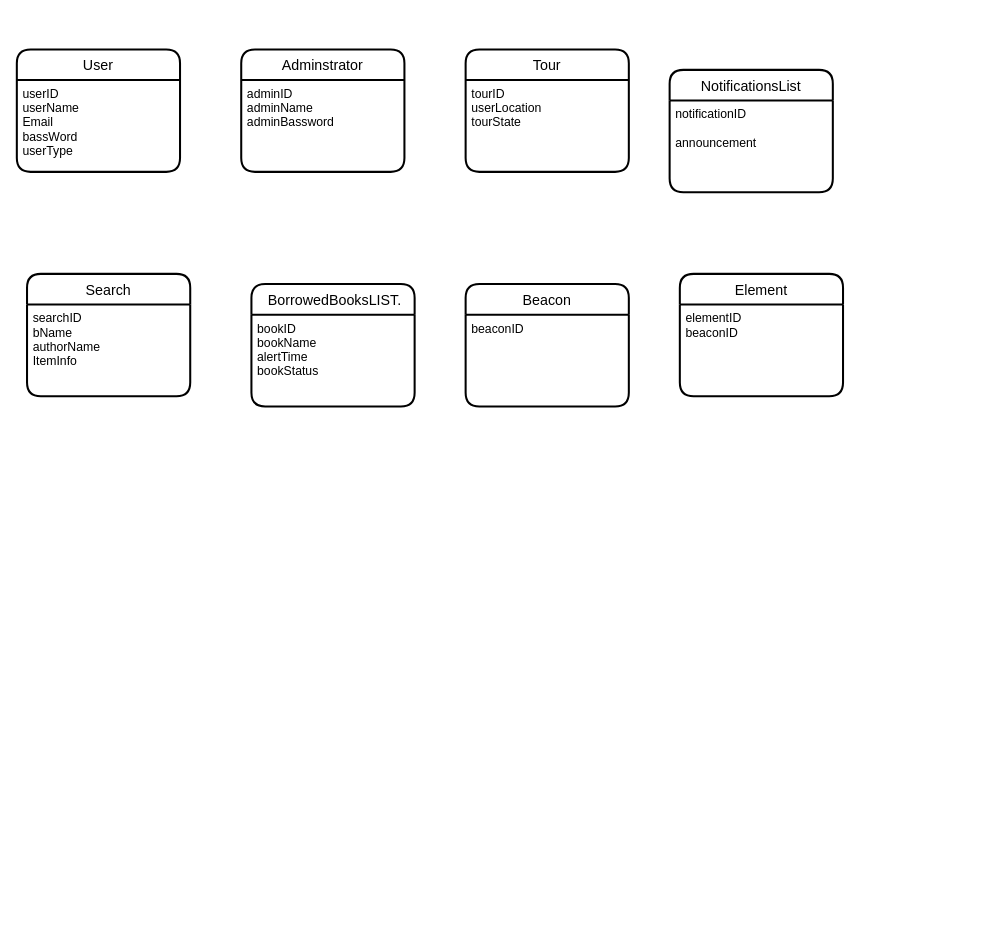
ZakiyaAlkasm/AUTOMATED-REPLY-BY-IBM-WATSON keeps this draw.io diagram as Untitled Diagram.drawio. Above is the earlier version. Source tidied: cells renumbered, new cells numbered last; positions are measured from the earlier drawing's top-left corner, leaving out a move shared by most shapes. Both pictures are drawn from the tidied source at 102%, with x=0, y=0 at pixel (16, 49).
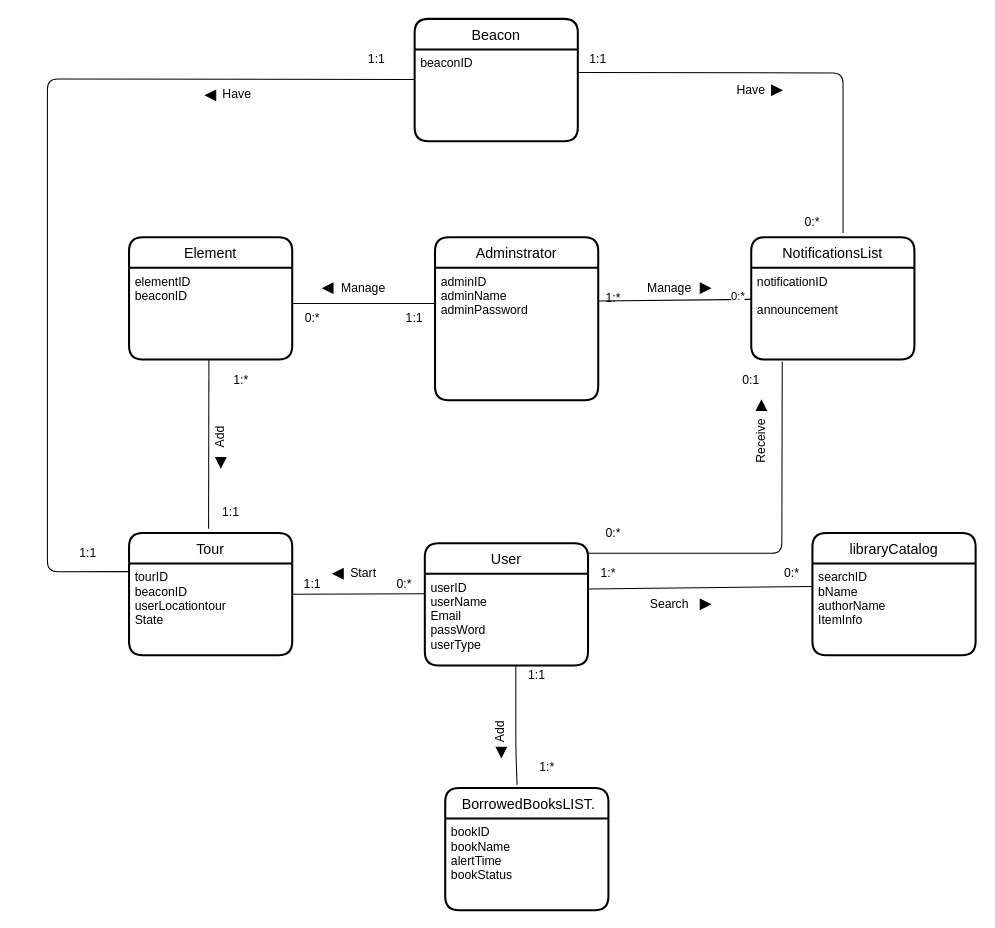
The same page after the edit.

Unchanged cells that the change refers to:
```xml
<mxCell id="13" value="notificationID&#10;&#10;announcement&#10;" style="align=left;strokeColor=none;fillColor=none;spacingLeft=4;fontSize=12;verticalAlign=top;" parent="12" vertex="1">
  <mxGeometry y="30" width="160" height="90" as="geometry" />
</mxCell>
<mxCell id="17" value="searchID&#10;bName&#10;authorName&#10;ItemInfo" style="align=left;strokeColor=none;fillColor=none;spacingLeft=4;fontSize=12;verticalAlign=top;" parent="16" vertex="1">
  <mxGeometry y="30" width="160" height="90" as="geometry" />
</mxCell>
```

Change to the diagram source:
```diff
@@
     <mxCell id="2" value="User" style="swimlane;horizontal=1;startSize=30;rounded=1;fontSize=14;fontStyle=0;strokeWidth=2;shadow=0;dashed=0;align=center;" parent="1" vertex="1">
-      <mxGeometry width="160" height="120" as="geometry" />
+      <mxGeometry x="400" y="484" width="160" height="120" as="geometry" />
     </mxCell>
-    <mxCell id="3" value="userID&#10;userName&#10;Email&#10;bassWord&#10;userType" style="align=left;strokeColor=none;fillColor=none;spacingLeft=4;fontSize=12;verticalAlign=top;" parent="2" vertex="1">
+    <mxCell id="3" value="userID&#10;userName&#10;Email&#10;passWord&#10;userType" style="align=left;strokeColor=none;fillColor=none;spacingLeft=4;fontSize=12;verticalAlign=top;" parent="2" vertex="1">
       <mxGeometry y="30" width="160" height="90" as="geometry" />
     </mxCell>
     <mxCell id="4" value="Adminstrator" style="swimlane;horizontal=1;startSize=30;rounded=1;fontSize=14;fontStyle=0;strokeWidth=2;shadow=0;dashed=0;align=center;" parent="1" vertex="1">
-      <mxGeometry x="220" width="160" height="120" as="geometry" />
+      <mxGeometry x="410" y="184" width="160" height="160" as="geometry" />
     </mxCell>
-    <mxCell id="5" value="adminID&#10;adminName&#10;adminBassword" style="align=left;strokeColor=none;fillColor=none;spacingLeft=4;fontSize=12;verticalAlign=top;" parent="4" vertex="1">
-      <mxGeometry y="30" width="160" height="90" as="geometry" />
+    <mxCell id="5" value="adminID&#10;adminName&#10;adminPassword" style="align=left;strokeColor=none;fillColor=none;spacingLeft=4;fontSize=12;verticalAlign=top;" parent="4" vertex="1">
+      <mxGeometry y="30" width="160" height="130" as="geometry" />
     </mxCell>
     <mxCell id="6" value="Tour" style="swimlane;horizontal=1;startSize=30;rounded=1;fontSize=14;fontStyle=0;strokeWidth=2;shadow=0;dashed=0;align=center;" parent="1" vertex="1">
-      <mxGeometry x="440" width="160" height="120" as="geometry" />
+      <mxGeometry x="110" y="474" width="160" height="120" as="geometry" />
     </mxCell>
-    <mxCell id="7" value="tourID&#10;userLocation&#10;tourState" style="align=left;strokeColor=none;fillColor=none;spacingLeft=4;fontSize=12;verticalAlign=top;" parent="6" vertex="1">
+    <mxCell id="7" value="tourID&#10;beaconID&#10;userLocationtour&#10;State&#10;" style="align=left;strokeColor=none;fillColor=none;spacingLeft=4;fontSize=12;verticalAlign=top;" parent="6" vertex="1">
       <mxGeometry y="30" width="160" height="90" as="geometry" />
     </mxCell>
     <mxCell id="8" value="Element" style="swimlane;horizontal=1;startSize=30;rounded=1;fontSize=14;fontStyle=0;strokeWidth=2;shadow=0;dashed=0;align=center;" parent="1" vertex="1">
-      <mxGeometry x="650" y="220" width="160" height="120" as="geometry" />
+      <mxGeometry x="110" y="184" width="160" height="120" as="geometry" />
     </mxCell>
@@
-    <mxCell id="10" value="Beacon" style="swimlane;horizontal=1;startSize=30;rounded=1;fontSize=14;fontStyle=0;strokeWidth=2;shadow=0;dashed=0;align=center;" parent="1" vertex="1">
-      <mxGeometry x="440" y="230" width="160" height="120" as="geometry" />
-    </mxCell>
-    <mxCell id="11" value="beaconID&#10;&#10;" style="align=left;strokeColor=none;fillColor=none;spacingLeft=4;fontSize=12;verticalAlign=top;" parent="10" vertex="1">
-      <mxGeometry y="30" width="160" height="90" as="geometry" />
-    </mxCell>
     <mxCell id="12" value="NotificationsList" style="swimlane;horizontal=1;startSize=30;rounded=1;fontSize=14;fontStyle=0;strokeWidth=2;shadow=0;dashed=0;align=center;" parent="1" vertex="1">
-      <mxGeometry x="640" y="20" width="160" height="120" as="geometry" />
+      <mxGeometry x="720" y="184" width="160" height="120" as="geometry" />
     </mxCell>
@@
     <mxCell id="14" value=" BorrowedBooksLIST." style="swimlane;horizontal=1;startSize=30;rounded=1;fontSize=14;fontStyle=0;strokeWidth=2;shadow=0;dashed=0;align=center;" parent="1" vertex="1">
-      <mxGeometry x="230" y="230" width="160" height="120" as="geometry" />
+      <mxGeometry x="420" y="724" width="160" height="120" as="geometry" />
     </mxCell>
@@
-    <mxCell id="16" value="Search" style="swimlane;horizontal=1;startSize=30;rounded=1;fontSize=14;fontStyle=0;strokeWidth=2;shadow=0;dashed=0;align=center;" parent="1" vertex="1">
-      <mxGeometry x="10" y="220" width="160" height="120" as="geometry" />
+    <mxCell id="16" value="libraryCatalog" style="swimlane;horizontal=1;startSize=30;rounded=1;fontSize=14;fontStyle=0;strokeWidth=2;shadow=0;dashed=0;align=center;" parent="1" vertex="1">
+      <mxGeometry x="780" y="474" width="160" height="120" as="geometry" />
     </mxCell>
@@
+    <mxCell id="18" style="endArrow=none;html=1;rounded=0;exitX=1;exitY=0.25;exitDx=0;exitDy=0;" parent="1" edge="1" source="5">
+      <mxGeometry relative="1" as="geometry">
+        <mxPoint x="720" y="245" as="targetPoint" />
+      </mxGeometry>
+    </mxCell>
+    <mxCell id="19" style="html=1;align=right;verticalAlign=bottom;" parent="18" vertex="1">
+      <mxGeometry x="1" relative="1" as="geometry" />
+    </mxCell>
+    <mxCell id="20" value="0:*" style="edgeLabel;html=1;align=center;verticalAlign=middle;" parent="18" vertex="1">
+      <mxGeometry x="0.83" y="4" relative="1" as="geometry" />
+    </mxCell>
+    <mxCell id="21" value="Manage" style="text;html=1;strokeColor=none;fillColor=none;align=center;verticalAlign=middle;whiteSpace=wrap;rounded=0;" parent="1" vertex="1">
+      <mxGeometry x="620" y="224" width="40" height="20" as="geometry" />
+    </mxCell>
+    <mxCell id="22" value="1:*" style="text;html=1;strokeColor=none;fillColor=none;align=center;verticalAlign=middle;whiteSpace=wrap;rounded=0;" parent="1" vertex="1">
+      <mxGeometry x="580" y="234" width="10" height="20" as="geometry" />
+    </mxCell>
+    <mxCell id="23" style="endArrow=none;html=1;rounded=0;" parent="1" edge="1">
+      <mxGeometry relative="1" as="geometry">
+        <mxPoint x="188.3" y="304.2" as="sourcePoint" />
+        <mxPoint x="188" y="470" as="targetPoint" />
+      </mxGeometry>
+    </mxCell>
+    <mxCell id="24" value="1:*" style="text;html=1;strokeColor=none;fillColor=none;align=center;verticalAlign=middle;whiteSpace=wrap;rounded=0;" parent="1" vertex="1">
+      <mxGeometry x="200" y="314" width="40" height="20" as="geometry" />
+    </mxCell>
+    <mxCell id="25" value="1:1" style="text;html=1;strokeColor=none;fillColor=none;align=center;verticalAlign=middle;whiteSpace=wrap;rounded=0;" parent="1" vertex="1">
+      <mxGeometry x="190" y="444" width="40" height="20" as="geometry" />
+    </mxCell>
+    <mxCell id="26" value="0:*" style="text;html=1;strokeColor=none;fillColor=none;align=center;verticalAlign=middle;whiteSpace=wrap;rounded=0;" parent="1" vertex="1">
+      <mxGeometry x="270" y="254" width="40" height="20" as="geometry" />
+    </mxCell>
+    <mxCell id="27" value="Manage" style="text;html=1;strokeColor=none;fillColor=none;align=center;verticalAlign=middle;whiteSpace=wrap;rounded=0;rotation=0;" parent="1" vertex="1">
+      <mxGeometry x="320" y="224" width="40" height="20" as="geometry" />
+    </mxCell>
+    <mxCell id="10" value="Beacon" style="swimlane;horizontal=1;startSize=30;rounded=1;fontSize=14;fontStyle=0;strokeWidth=2;shadow=0;dashed=0;align=center;" parent="1" vertex="1">
+      <mxGeometry x="390" y="-30" width="160" height="120" as="geometry" />
+    </mxCell>
+    <mxCell id="11" value="beaconID&#10;&#10;" style="align=left;strokeColor=none;fillColor=none;spacingLeft=4;fontSize=12;verticalAlign=top;" parent="10" vertex="1">
+      <mxGeometry y="30" width="160" height="90" as="geometry" />
+    </mxCell>
+    <mxCell id="28" style="line;strokeWidth=1;dashed=0;labelPosition=right;align=left;verticalAlign=middle;spacingTop=0;spacingLeft=6;" parent="1" vertex="1">
+      <mxGeometry x="270" y="244" width="140" height="10" as="geometry" />
+    </mxCell>
+    <mxCell id="29" value="1:1" style="text;html=1;strokeColor=none;fillColor=none;align=center;verticalAlign=middle;whiteSpace=wrap;rounded=0;" parent="1" vertex="1">
+      <mxGeometry x="310" y="244" width="160" height="40" as="geometry" />
+    </mxCell>
+    <mxCell id="30" style="endArrow=none;html=1;exitX=0.44;exitY=-0.025;exitDx=0;exitDy=0;exitPerimeter=0;" parent="1" edge="1" source="14">
+      <mxGeometry relative="1" as="geometry">
+        <mxPoint x="489.2" y="604" as="targetPoint" />
+        <Array as="points">
+          <mxPoint x="489.2" y="684" />
+        </Array>
+      </mxGeometry>
+    </mxCell>
+    <mxCell id="31" value="1:1" style="text;html=1;strokeColor=none;fillColor=none;align=center;verticalAlign=middle;whiteSpace=wrap;rounded=0;" parent="1" vertex="1">
+      <mxGeometry x="490" y="604" width="40" height="20" as="geometry" />
+    </mxCell>
+    <mxCell id="32" value="1:*" style="text;html=1;strokeColor=none;fillColor=none;align=center;verticalAlign=middle;whiteSpace=wrap;rounded=0;" parent="1" vertex="1">
+      <mxGeometry x="500" y="694" width="40" height="20" as="geometry" />
+    </mxCell>
+    <mxCell id="33" value="Add" style="text;html=1;strokeColor=none;fillColor=none;align=center;verticalAlign=middle;whiteSpace=wrap;rounded=0;rotation=-90;" parent="1" vertex="1">
+      <mxGeometry x="454" y="659" width="40" height="20" as="geometry" />
+    </mxCell>
+    <mxCell id="34" style="endArrow=none;html=1;exitX=1;exitY=0.5;exitDx=0;exitDy=0;" parent="1" edge="1" source="6">
+      <mxGeometry relative="1" as="geometry">
+        <mxPoint x="400" y="533.5" as="targetPoint" />
+      </mxGeometry>
+    </mxCell>
+    <mxCell id="35" value="1:1" style="text;html=1;strokeColor=none;fillColor=none;align=center;verticalAlign=middle;whiteSpace=wrap;rounded=0;" parent="1" vertex="1">
+      <mxGeometry x="270" y="514" width="40" height="20" as="geometry" />
+    </mxCell>
+    <mxCell id="36" value="0:*" style="text;html=1;strokeColor=none;fillColor=none;align=center;verticalAlign=middle;whiteSpace=wrap;rounded=0;" parent="1" vertex="1">
+      <mxGeometry x="360" y="514" width="40" height="20" as="geometry" />
+    </mxCell>
+    <mxCell id="37" value="Start" style="text;html=1;strokeColor=none;fillColor=none;align=center;verticalAlign=middle;whiteSpace=wrap;rounded=0;" parent="1" vertex="1">
+      <mxGeometry x="320" y="504" width="40" height="20" as="geometry" />
+    </mxCell>
+    <mxCell id="38" style="endArrow=none;html=1;entryX=0;entryY=0.25;entryDx=0;entryDy=0;" parent="1" edge="1" target="17">
+      <mxGeometry relative="1" as="geometry">
+        <mxPoint x="560" y="529" as="sourcePoint" />
+      </mxGeometry>
+    </mxCell>
+    <mxCell id="39" value="1:*" style="text;html=1;strokeColor=none;fillColor=none;align=center;verticalAlign=middle;whiteSpace=wrap;rounded=0;" parent="1" vertex="1">
+      <mxGeometry x="560" y="504" width="40" height="20" as="geometry" />
+    </mxCell>
+    <mxCell id="40" value="0:*" style="text;html=1;strokeColor=none;fillColor=none;align=center;verticalAlign=middle;whiteSpace=wrap;rounded=0;" parent="1" vertex="1">
+      <mxGeometry x="740" y="504" width="40" height="20" as="geometry" />
+    </mxCell>
+    <mxCell id="41" value="Search" style="text;html=1;strokeColor=none;fillColor=none;align=center;verticalAlign=middle;whiteSpace=wrap;rounded=0;" parent="1" vertex="1">
+      <mxGeometry x="620" y="534" width="40" height="20" as="geometry" />
+    </mxCell>
+    <mxCell id="42" style="endArrow=none;html=1;entryX=0.19;entryY=1.022;entryDx=0;entryDy=0;entryPerimeter=0;" parent="1" edge="1" target="13">
+      <mxGeometry relative="1" as="geometry">
+        <mxPoint x="560" y="494" as="sourcePoint" />
+        <Array as="points">
+          <mxPoint x="750" y="494" />
+        </Array>
+      </mxGeometry>
+    </mxCell>
+    <mxCell id="43" value="0:1" style="text;html=1;strokeColor=none;fillColor=none;align=center;verticalAlign=middle;whiteSpace=wrap;rounded=0;" parent="1" vertex="1">
+      <mxGeometry x="700" y="314" width="40" height="20" as="geometry" />
+    </mxCell>
+    <mxCell id="44" value="0:*" style="text;html=1;strokeColor=none;fillColor=none;align=center;verticalAlign=middle;whiteSpace=wrap;rounded=0;" parent="1" vertex="1">
+      <mxGeometry x="565" y="464" width="40" height="20" as="geometry" />
+    </mxCell>
+    <mxCell id="45" value="Receive" style="text;html=1;strokeColor=none;fillColor=none;align=center;verticalAlign=middle;whiteSpace=wrap;rounded=0;rotation=-90;" parent="1" vertex="1">
+      <mxGeometry x="700" y="374" width="60" height="20" as="geometry" />
+    </mxCell>
+    <mxCell id="46" style="endArrow=none;html=1;exitX=-0.006;exitY=0.088;exitDx=0;exitDy=0;exitPerimeter=0;" parent="1" edge="1" source="7">
+      <mxGeometry relative="1" as="geometry">
+        <mxPoint x="390" y="29.4" as="targetPoint" />
+        <Array as="points">
+          <mxPoint x="30" y="512" />
+          <mxPoint x="30" y="29" />
+        </Array>
+      </mxGeometry>
+    </mxCell>
+    <mxCell id="47" style="endArrow=none;html=1;exitX=1;exitY=0.25;exitDx=0;exitDy=0;" parent="1" edge="1" source="11">
+      <mxGeometry relative="1" as="geometry">
+        <mxPoint x="810" y="180" as="targetPoint" />
+        <Array as="points">
+          <mxPoint x="810" y="23" />
+        </Array>
+      </mxGeometry>
+    </mxCell>
+    <mxCell id="48" value="Add" style="text;html=1;strokeColor=none;fillColor=none;align=center;verticalAlign=middle;whiteSpace=wrap;rounded=0;rotation=-90;" parent="1" vertex="1">
+      <mxGeometry x="180" y="370" width="40" height="20" as="geometry" />
+    </mxCell>
+    <mxCell id="49" value="1:1" style="text;html=1;strokeColor=none;fillColor=none;align=center;verticalAlign=middle;whiteSpace=wrap;rounded=0;" parent="1" vertex="1">
+      <mxGeometry x="550" width="40" height="20" as="geometry" />
+    </mxCell>
+    <mxCell id="50" value="0:*" style="text;html=1;strokeColor=none;fillColor=none;align=center;verticalAlign=middle;whiteSpace=wrap;rounded=0;" parent="1" vertex="1">
+      <mxGeometry x="760" y="160" width="40" height="20" as="geometry" />
+    </mxCell>
+    <mxCell id="51" value="Have" style="text;html=1;strokeColor=none;fillColor=none;align=center;verticalAlign=middle;whiteSpace=wrap;rounded=0;" parent="1" vertex="1">
+      <mxGeometry x="700" y="30" width="40" height="20" as="geometry" />
+    </mxCell>
+    <mxCell id="52" value="1:1" style="text;html=1;strokeColor=none;fillColor=none;align=center;verticalAlign=middle;whiteSpace=wrap;rounded=0;" parent="1" vertex="1">
+      <mxGeometry x="333" width="40" height="20" as="geometry" />
+    </mxCell>
+    <mxCell id="53" value="1:1" style="text;html=1;strokeColor=none;fillColor=none;align=center;verticalAlign=middle;whiteSpace=wrap;rounded=0;" parent="1" vertex="1">
+      <mxGeometry x="50" y="484" width="40" height="20" as="geometry" />
+    </mxCell>
+    <mxCell id="54" value="Have" style="text;whiteSpace=wrap;html=1;" parent="1" vertex="1">
+      <mxGeometry x="200" y="30" width="50" height="30" as="geometry" />
+    </mxCell>
+    <mxCell id="55" style="triangle;whiteSpace=wrap;html=1;fillColor=#000000;direction=west;" parent="1" vertex="1">
+      <mxGeometry x="185" y="40" width="10" height="10" as="geometry" />
+    </mxCell>
+    <mxCell id="56" style="triangle;whiteSpace=wrap;html=1;fillColor=#000000;direction=east;" parent="1" vertex="1">
+      <mxGeometry x="740" y="35" width="10" height="10" as="geometry" />
+    </mxCell>
+    <mxCell id="57" style="triangle;whiteSpace=wrap;html=1;fillColor=#000000;direction=east;" parent="1" vertex="1">
+      <mxGeometry x="670" y="229" width="10" height="10" as="geometry" />
+    </mxCell>
+    <mxCell id="58" style="triangle;whiteSpace=wrap;html=1;fillColor=#000000;direction=west;" parent="1" vertex="1">
+      <mxGeometry x="300" y="229" width="10" height="10" as="geometry" />
+    </mxCell>
+    <mxCell id="59" style="triangle;whiteSpace=wrap;html=1;fillColor=#000000;direction=south;" parent="1" vertex="1">
+      <mxGeometry x="195" y="400" width="10" height="10" as="geometry" />
+    </mxCell>
+    <mxCell id="60" style="triangle;whiteSpace=wrap;html=1;fillColor=#000000;direction=west;" parent="1" vertex="1">
+      <mxGeometry x="310" y="509" width="10" height="10" as="geometry" />
+    </mxCell>
+    <mxCell id="61" style="triangle;whiteSpace=wrap;html=1;fillColor=#000000;direction=east;" parent="1" vertex="1">
+      <mxGeometry x="670" y="539" width="10" height="10" as="geometry" />
+    </mxCell>
+    <mxCell id="62" style="triangle;whiteSpace=wrap;html=1;fillColor=#000000;direction=north;" parent="1" vertex="1">
+      <mxGeometry x="725" y="344" width="10" height="10" as="geometry" />
+    </mxCell>
+    <mxCell id="63" style="triangle;whiteSpace=wrap;html=1;fillColor=#000000;direction=south;" parent="1" vertex="1">
+      <mxGeometry x="470" y="684" width="10" height="10" as="geometry" />
+    </mxCell>
```
